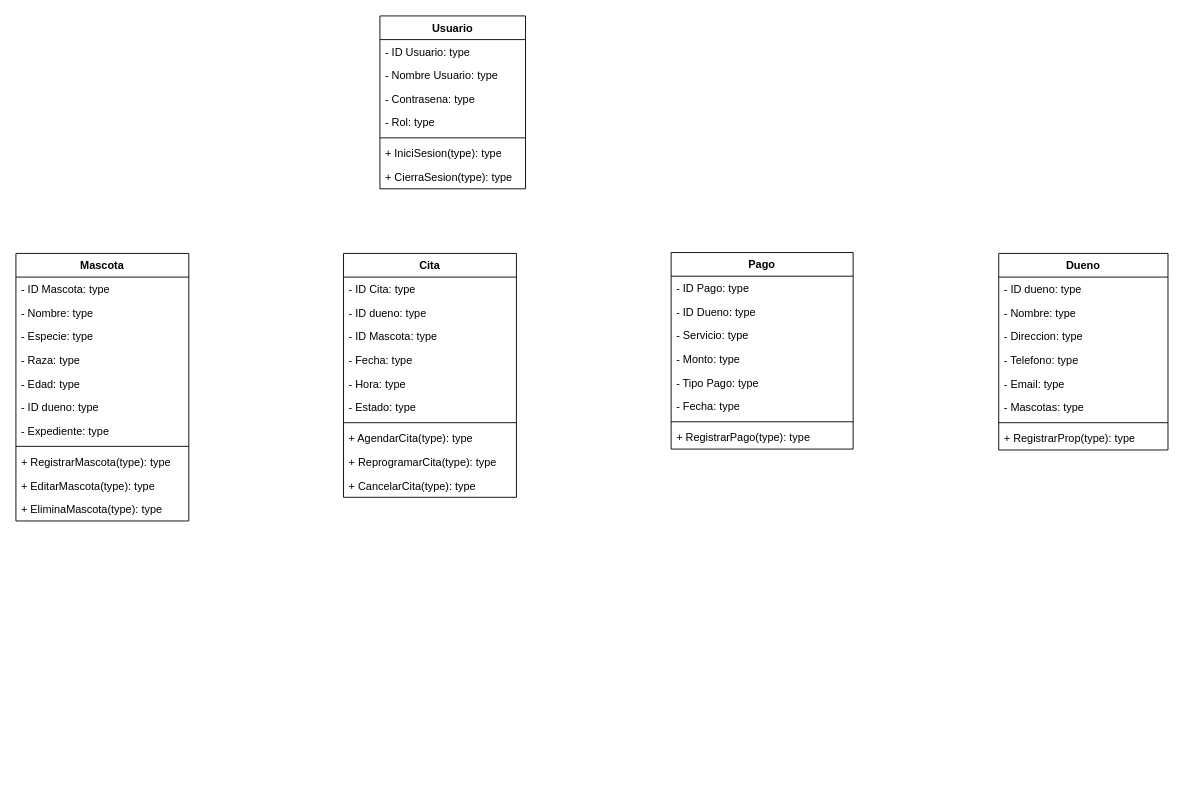
Above: Diagrama sin título.drawio in NixieNixi/diagramaClases (draw.io), before the change. Source tidied: cells renumbered, new cells numbered last; positions are measured from the earlier drawing's top-left corner, leaving out a move shared by most shapes. Both pictures are drawn from the tidied source at 91%, with x=0, y=0 at pixel (15, 15).
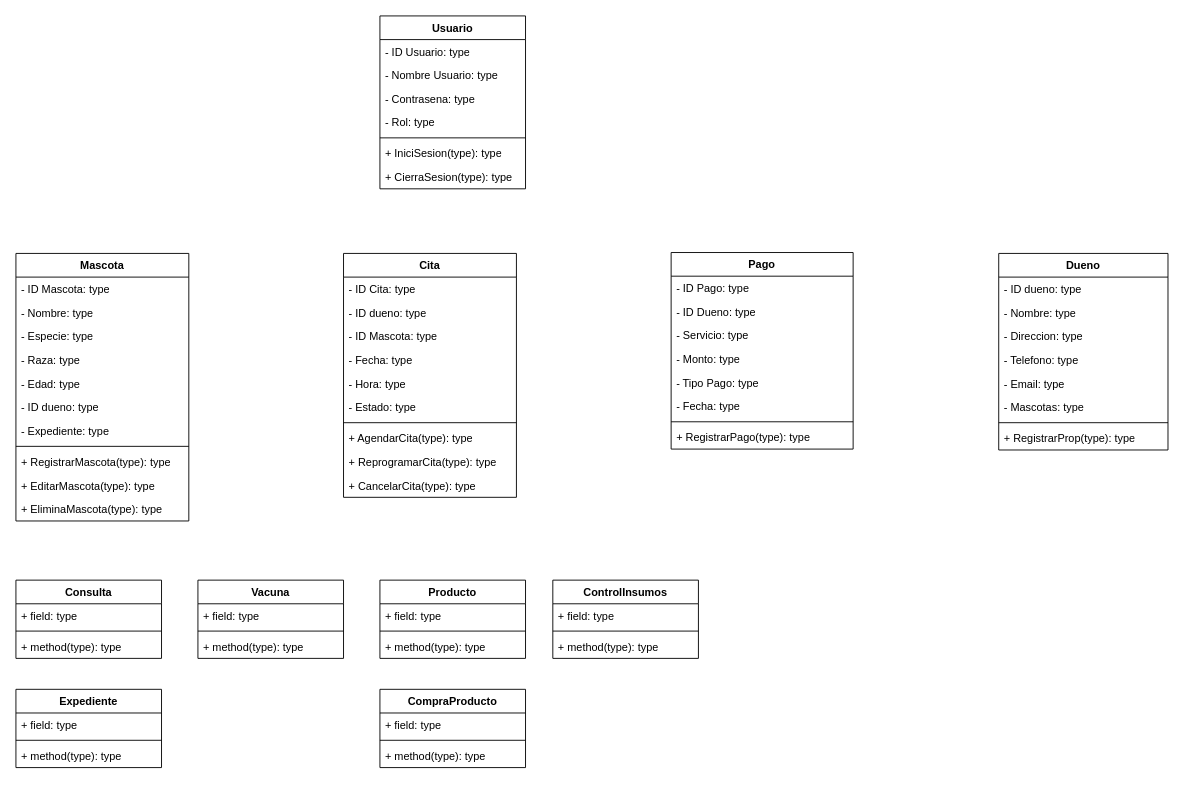
The same diagram, later.

Commit message:
clases nuevas

What changed in the source:
```diff
@@
+    <mxCell id="51" value="Vacuna" style="swimlane;fontStyle=1;align=center;verticalAlign=top;horizontal=1;startSize=26;whiteSpace=wrap;html=1;" parent="1" vertex="1">
+      <mxGeometry x="200" y="620" width="160" height="86" as="geometry" />
+    </mxCell>
+    <mxCell id="52" value="+ field: type" style="text;strokeColor=none;fillColor=none;align=left;verticalAlign=top;spacingLeft=4;spacingRight=4;overflow=hidden;whiteSpace=wrap;html=1;" parent="51" vertex="1">
+      <mxGeometry y="26" width="160" height="26" as="geometry" />
+    </mxCell>
+    <mxCell id="53" style="line;strokeWidth=1;fillColor=none;align=left;verticalAlign=middle;spacingTop=-1;spacingLeft=3;spacingRight=3;labelPosition=right;strokeColor=inherit;" parent="51" vertex="1">
+      <mxGeometry y="52" width="160" height="8" as="geometry" />
+    </mxCell>
+    <mxCell id="54" value="+ method(type): type" style="text;strokeColor=none;fillColor=none;align=left;verticalAlign=top;spacingLeft=4;spacingRight=4;overflow=hidden;whiteSpace=wrap;html=1;" parent="51" vertex="1">
+      <mxGeometry y="60" width="160" height="26" as="geometry" />
+    </mxCell>
+    <mxCell id="55" value="Consulta" style="swimlane;fontStyle=1;align=center;verticalAlign=top;horizontal=1;startSize=26;whiteSpace=wrap;html=1;" parent="1" vertex="1">
+      <mxGeometry y="620" width="160" height="86" as="geometry" />
+    </mxCell>
+    <mxCell id="56" value="+ field: type" style="text;strokeColor=none;fillColor=none;align=left;verticalAlign=top;spacingLeft=4;spacingRight=4;overflow=hidden;whiteSpace=wrap;html=1;" parent="55" vertex="1">
+      <mxGeometry y="26" width="160" height="26" as="geometry" />
+    </mxCell>
+    <mxCell id="57" style="line;strokeWidth=1;fillColor=none;align=left;verticalAlign=middle;spacingTop=-1;spacingLeft=3;spacingRight=3;labelPosition=right;strokeColor=inherit;" parent="55" vertex="1">
+      <mxGeometry y="52" width="160" height="8" as="geometry" />
+    </mxCell>
+    <mxCell id="58" value="+ method(type): type" style="text;strokeColor=none;fillColor=none;align=left;verticalAlign=top;spacingLeft=4;spacingRight=4;overflow=hidden;whiteSpace=wrap;html=1;" parent="55" vertex="1">
+      <mxGeometry y="60" width="160" height="26" as="geometry" />
+    </mxCell>
+    <mxCell id="59" value="Producto" style="swimlane;fontStyle=1;align=center;verticalAlign=top;horizontal=1;startSize=26;whiteSpace=wrap;html=1;" parent="1" vertex="1">
+      <mxGeometry x="400" y="620" width="160" height="86" as="geometry" />
+    </mxCell>
+    <mxCell id="60" value="+ field: type" style="text;strokeColor=none;fillColor=none;align=left;verticalAlign=top;spacingLeft=4;spacingRight=4;overflow=hidden;whiteSpace=wrap;html=1;" parent="59" vertex="1">
+      <mxGeometry y="26" width="160" height="26" as="geometry" />
+    </mxCell>
+    <mxCell id="61" style="line;strokeWidth=1;fillColor=none;align=left;verticalAlign=middle;spacingTop=-1;spacingLeft=3;spacingRight=3;labelPosition=right;strokeColor=inherit;" parent="59" vertex="1">
+      <mxGeometry y="52" width="160" height="8" as="geometry" />
+    </mxCell>
+    <mxCell id="62" value="+ method(type): type" style="text;strokeColor=none;fillColor=none;align=left;verticalAlign=top;spacingLeft=4;spacingRight=4;overflow=hidden;whiteSpace=wrap;html=1;" parent="59" vertex="1">
+      <mxGeometry y="60" width="160" height="26" as="geometry" />
+    </mxCell>
+    <mxCell id="63" value="ControlInsumos" style="swimlane;fontStyle=1;align=center;verticalAlign=top;horizontal=1;startSize=26;whiteSpace=wrap;html=1;" parent="1" vertex="1">
+      <mxGeometry x="590" y="620" width="160" height="86" as="geometry" />
+    </mxCell>
+    <mxCell id="64" value="+ field: type" style="text;strokeColor=none;fillColor=none;align=left;verticalAlign=top;spacingLeft=4;spacingRight=4;overflow=hidden;whiteSpace=wrap;html=1;" parent="63" vertex="1">
+      <mxGeometry y="26" width="160" height="26" as="geometry" />
+    </mxCell>
+    <mxCell id="65" style="line;strokeWidth=1;fillColor=none;align=left;verticalAlign=middle;spacingTop=-1;spacingLeft=3;spacingRight=3;labelPosition=right;strokeColor=inherit;" parent="63" vertex="1">
+      <mxGeometry y="52" width="160" height="8" as="geometry" />
+    </mxCell>
+    <mxCell id="66" value="+ method(type): type" style="text;strokeColor=none;fillColor=none;align=left;verticalAlign=top;spacingLeft=4;spacingRight=4;overflow=hidden;whiteSpace=wrap;html=1;" parent="63" vertex="1">
+      <mxGeometry y="60" width="160" height="26" as="geometry" />
+    </mxCell>
+    <mxCell id="67" value="CompraProducto" style="swimlane;fontStyle=1;align=center;verticalAlign=top;horizontal=1;startSize=26;whiteSpace=wrap;html=1;" parent="1" vertex="1">
+      <mxGeometry x="400" y="740" width="160" height="86" as="geometry" />
+    </mxCell>
+    <mxCell id="68" value="+ field: type" style="text;strokeColor=none;fillColor=none;align=left;verticalAlign=top;spacingLeft=4;spacingRight=4;overflow=hidden;whiteSpace=wrap;html=1;" parent="67" vertex="1">
+      <mxGeometry y="26" width="160" height="26" as="geometry" />
+    </mxCell>
+    <mxCell id="69" style="line;strokeWidth=1;fillColor=none;align=left;verticalAlign=middle;spacingTop=-1;spacingLeft=3;spacingRight=3;labelPosition=right;strokeColor=inherit;" parent="67" vertex="1">
+      <mxGeometry y="52" width="160" height="8" as="geometry" />
+    </mxCell>
+    <mxCell id="70" value="+ method(type): type" style="text;strokeColor=none;fillColor=none;align=left;verticalAlign=top;spacingLeft=4;spacingRight=4;overflow=hidden;whiteSpace=wrap;html=1;" parent="67" vertex="1">
+      <mxGeometry y="60" width="160" height="26" as="geometry" />
+    </mxCell>
+    <mxCell id="71" value="Expediente" style="swimlane;fontStyle=1;align=center;verticalAlign=top;horizontal=1;startSize=26;whiteSpace=wrap;html=1;" parent="1" vertex="1">
+      <mxGeometry y="740" width="160" height="86" as="geometry" />
+    </mxCell>
+    <mxCell id="72" value="+ field: type" style="text;strokeColor=none;fillColor=none;align=left;verticalAlign=top;spacingLeft=4;spacingRight=4;overflow=hidden;whiteSpace=wrap;html=1;" parent="71" vertex="1">
+      <mxGeometry y="26" width="160" height="26" as="geometry" />
+    </mxCell>
+    <mxCell id="73" style="line;strokeWidth=1;fillColor=none;align=left;verticalAlign=middle;spacingTop=-1;spacingLeft=3;spacingRight=3;labelPosition=right;strokeColor=inherit;" parent="71" vertex="1">
+      <mxGeometry y="52" width="160" height="8" as="geometry" />
+    </mxCell>
+    <mxCell id="74" value="+ method(type): type" style="text;strokeColor=none;fillColor=none;align=left;verticalAlign=top;spacingLeft=4;spacingRight=4;overflow=hidden;whiteSpace=wrap;html=1;" parent="71" vertex="1">
+      <mxGeometry y="60" width="160" height="26" as="geometry" />
+    </mxCell>
```
